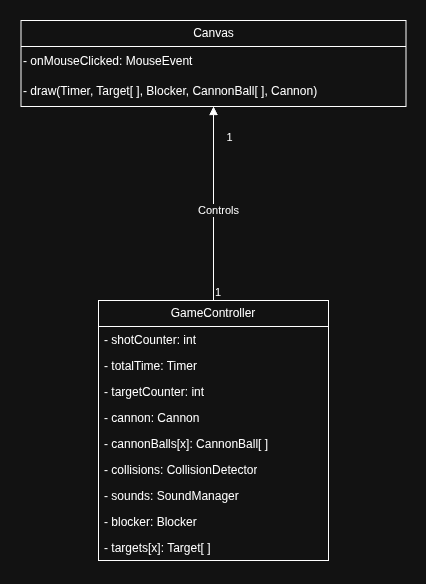
This is docs/UML/UC_002/UC_002_CD.png from actellim/cannon_game, a draw.io export, as it was before one commit. Source tidied: cells renumbered, new cells last; positions are measured from the earlier drawing's top-left corner, leaving out a move shared by most shapes.
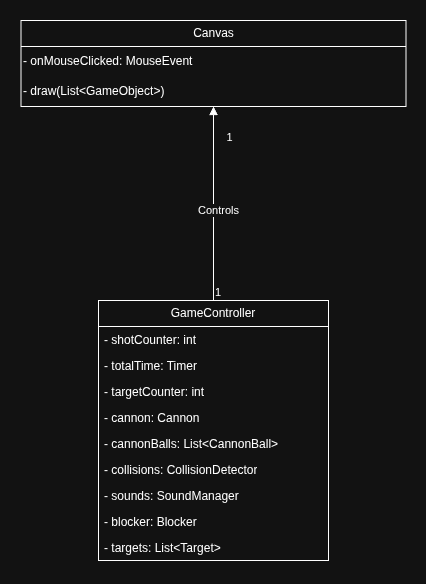
After the commit.

Diff of the diagram source:
```diff
@@ -17,7 +17,7 @@
     <mxCell id="6" value="- cannon: Cannon" style="text;strokeColor=none;fillColor=none;align=left;verticalAlign=top;spacingLeft=4;spacingRight=4;overflow=hidden;whiteSpace=wrap;html=1;" parent="2" vertex="1">
       <mxGeometry y="104" width="230" height="26" as="geometry" />
     </mxCell>
-    <mxCell id="7" value="- cannonBalls[x]: CannonBall[ ]" style="text;strokeColor=none;fillColor=none;align=left;verticalAlign=top;spacingLeft=4;spacingRight=4;overflow=hidden;whiteSpace=wrap;html=1;" parent="2" vertex="1">
+    <mxCell id="7" value="- cannonBalls: List&amp;lt;CannonBall&amp;gt;" style="text;strokeColor=none;fillColor=none;align=left;verticalAlign=top;spacingLeft=4;spacingRight=4;overflow=hidden;whiteSpace=wrap;html=1;" parent="2" vertex="1">
       <mxGeometry y="130" width="230" height="26" as="geometry" />
     </mxCell>
     <mxCell id="8" value="- collisions: CollisionDetector" style="text;strokeColor=none;fillColor=none;align=left;verticalAlign=top;spacingLeft=4;spacingRight=4;overflow=hidden;whiteSpace=wrap;html=1;" parent="2" vertex="1">
@@ -29,7 +29,7 @@
     <mxCell id="10" value="- blocker: Blocker" style="text;strokeColor=none;fillColor=none;align=left;verticalAlign=top;spacingLeft=4;spacingRight=4;overflow=hidden;whiteSpace=wrap;html=1;" parent="2" vertex="1">
       <mxGeometry y="208" width="230" height="26" as="geometry" />
     </mxCell>
-    <mxCell id="11" value="- targets[x]: Target[ ]" style="text;strokeColor=none;fillColor=none;align=left;verticalAlign=top;spacingLeft=4;spacingRight=4;overflow=hidden;whiteSpace=wrap;html=1;" parent="2" vertex="1">
+    <mxCell id="11" value="- targets: List&amp;lt;Target&amp;gt;" style="text;strokeColor=none;fillColor=none;align=left;verticalAlign=top;spacingLeft=4;spacingRight=4;overflow=hidden;whiteSpace=wrap;html=1;" parent="2" vertex="1">
       <mxGeometry y="234" width="230" height="26" as="geometry" />
     </mxCell>
     <mxCell id="12" value="Canvas" style="swimlane;fontStyle=0;horizontal=1;startSize=26;fillColor=none;whiteSpace=wrap;html=1;" parent="1" vertex="1">
@@ -38,7 +38,7 @@
     <mxCell id="13" value="- onMouseClicked: MouseEvent" style="text;html=1;whiteSpace=wrap;strokeColor=none;fillColor=none;align=left;verticalAlign=middle;rounded=0;" parent="12" vertex="1">
       <mxGeometry y="26" width="385" height="30" as="geometry" />
     </mxCell>
-    <mxCell id="14" value="- draw(Timer, Target[ ], Blocker, CannonBall[ ], Cannon)" style="text;html=1;whiteSpace=wrap;strokeColor=none;fillColor=none;align=left;verticalAlign=middle;rounded=0;" parent="12" vertex="1">
+    <mxCell id="14" value="- draw(List&amp;lt;GameObject&amp;gt;)" style="text;html=1;whiteSpace=wrap;strokeColor=none;fillColor=none;align=left;verticalAlign=middle;rounded=0;" parent="12" vertex="1">
       <mxGeometry y="56" width="385" height="30" as="geometry" />
     </mxCell>
     <mxCell id="15" style="endArrow=block;endFill=1;html=1;edgeStyle=orthogonalEdgeStyle;align=left;verticalAlign=top;rounded=0;entryX=0.5;entryY=1;entryDx=0;entryDy=0;exitX=0.5;exitY=0;exitDx=0;exitDy=0;" parent="1" edge="1" source="2" target="12">
```
